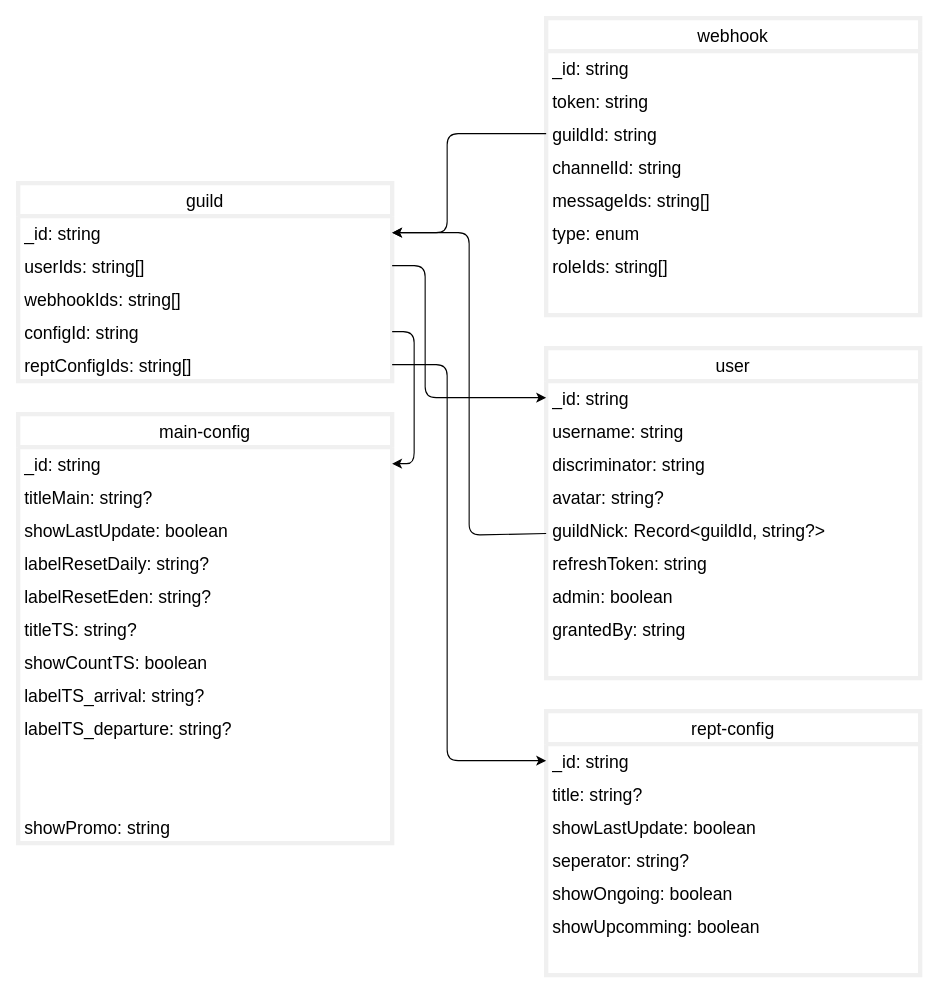
The draw.io diagram plans/database.drawio in PlutoyDev/sky-time, before the edit. Source tidied: cells renumbered, new cells numbered last; positions are measured from the earlier drawing's top-left corner, leaving out a move shared by most shapes. Both pictures are drawn from the tidied source at 110%, with x=0, y=0 at pixel (18, 18).
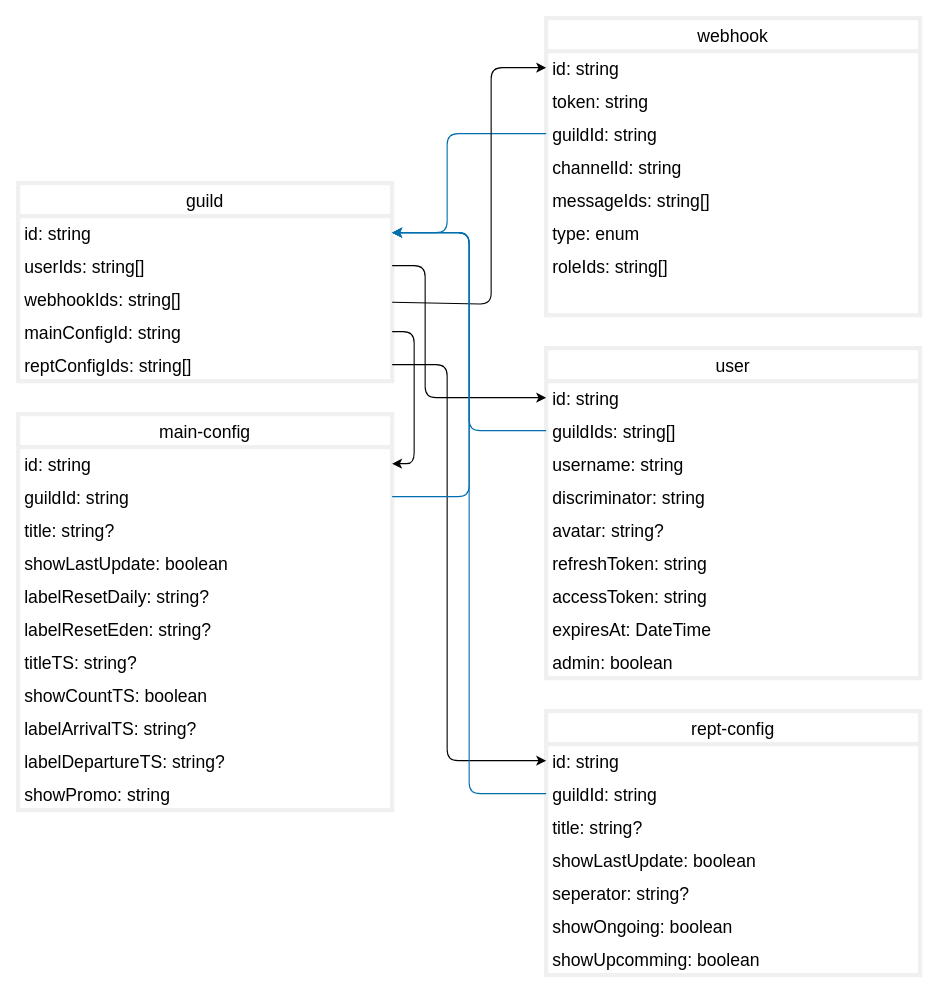
The same diagram, later.

Commit message (it also covers changes not shown here):
Create Schema based on plans

Unchanged cells that the change refers to:
```xml
<mxCell id="2" value="guild" style="swimlane;fontStyle=0;horizontal=1;startSize=30;strokeColor=#F0F0F0;strokeWidth=4;fillColor=none;fontSize=16;" parent="1" vertex="1">
  <mxGeometry y="150" width="340" height="180" as="geometry" />
</mxCell>
<mxCell id="5" value="webhookIds: string[]" style="text;strokeColor=none;fillColor=none;align=left;verticalAlign=middle;spacingLeft=4;spacingRight=4;overflow=hidden;points=[[0,0.5],[1,0.5]];portConstraint=eastwest;fontSize=16;" parent="2" vertex="1">
  <mxGeometry y="90" width="340" height="30" as="geometry" />
</mxCell>
<mxCell id="8" value="user" style="swimlane;fontStyle=0;horizontal=1;startSize=30;fontSize=16;strokeColor=#F0F0F0;strokeWidth=4;fillColor=none;" parent="1" vertex="1">
  <mxGeometry x="480" y="300" width="340" height="300" as="geometry" />
</mxCell>
<mxCell id="20" value="webhook" style="swimlane;fontStyle=0;horizontal=1;startSize=30;fontSize=16;strokeColor=#F0F0F0;strokeWidth=4;fillColor=none;" parent="1" vertex="1">
  <mxGeometry x="480" width="340" height="270" as="geometry" />
</mxCell>
<mxCell id="23" value="guildId: string" style="text;strokeColor=none;fillColor=none;align=left;verticalAlign=middle;spacingLeft=4;spacingRight=4;overflow=hidden;points=[[0,0.5],[1,0.5]];portConstraint=eastwest;fontSize=16;" parent="20" vertex="1">
  <mxGeometry y="90" width="340" height="30" as="geometry" />
</mxCell>
<mxCell id="44" value="rept-config" style="swimlane;fontStyle=0;horizontal=1;startSize=30;strokeColor=#F0F0F0;strokeWidth=4;fillColor=none;fontSize=16;" parent="1" vertex="1">
  <mxGeometry x="480" y="630" width="340" height="240" as="geometry" />
</mxCell>
```

Diff of the diagram source:
```diff
@@
-    <mxCell id="3" value="_id: string" style="text;strokeColor=none;fillColor=none;align=left;verticalAlign=middle;spacingLeft=4;spacingRight=4;overflow=hidden;points=[[0,0.5],[1,0.5]];portConstraint=eastwest;fontSize=16;" parent="2" vertex="1">
+    <mxCell id="3" value="id: string" style="text;strokeColor=none;fillColor=none;align=left;verticalAlign=middle;spacingLeft=4;spacingRight=4;overflow=hidden;points=[[0,0.5],[1,0.5]];portConstraint=eastwest;fontSize=16;" parent="2" vertex="1">
       <mxGeometry y="30" width="340" height="30" as="geometry" />
     </mxCell>
@@
-    <mxCell id="6" value="configId: string" style="text;strokeColor=none;fillColor=none;align=left;verticalAlign=middle;spacingLeft=4;spacingRight=4;overflow=hidden;points=[[0,0.5],[1,0.5]];portConstraint=eastwest;fontSize=16;" parent="2" vertex="1">
+    <mxCell id="6" value="mainConfigId: string" style="text;strokeColor=none;fillColor=none;align=left;verticalAlign=middle;spacingLeft=4;spacingRight=4;overflow=hidden;points=[[0,0.5],[1,0.5]];portConstraint=eastwest;fontSize=16;" parent="2" vertex="1">
       <mxGeometry y="120" width="340" height="30" as="geometry" />
     </mxCell>
@@
-    <mxCell id="9" value="_id: string" style="text;strokeColor=none;fillColor=none;align=left;verticalAlign=middle;spacingLeft=4;spacingRight=4;overflow=hidden;points=[[0,0.5],[1,0.5]];portConstraint=eastwest;fontSize=16;" parent="8" vertex="1">
+    <mxCell id="9" value="id: string" style="text;strokeColor=none;fillColor=none;align=left;verticalAlign=middle;spacingLeft=4;spacingRight=4;overflow=hidden;points=[[0,0.5],[1,0.5]];portConstraint=eastwest;fontSize=16;" parent="8" vertex="1">
       <mxGeometry y="30" width="340" height="30" as="geometry" />
     </mxCell>
+    <mxCell id="53" value="guildIds: string[]" style="text;strokeColor=none;fillColor=none;align=left;verticalAlign=middle;spacingLeft=4;spacingRight=4;overflow=hidden;points=[[0,0.5],[1,0.5]];portConstraint=eastwest;fontSize=16;" parent="8" vertex="1">
+      <mxGeometry y="60" width="340" height="30" as="geometry" />
+    </mxCell>
     <mxCell id="10" value="username: string" style="text;strokeColor=none;fillColor=none;align=left;verticalAlign=middle;spacingLeft=4;spacingRight=4;overflow=hidden;fontSize=16;" parent="8" vertex="1">
-      <mxGeometry y="60" width="340" height="30" as="geometry" />
+      <mxGeometry y="90" width="340" height="30" as="geometry" />
     </mxCell>
     <mxCell id="11" value="discriminator: string" style="text;strokeColor=none;fillColor=none;align=left;verticalAlign=middle;spacingLeft=4;spacingRight=4;overflow=hidden;fontSize=16;" parent="8" vertex="1">
-      <mxGeometry y="90" width="340" height="30" as="geometry" />
+      <mxGeometry y="120" width="340" height="30" as="geometry" />
     </mxCell>
     <mxCell id="12" value="avatar: string?" style="text;strokeColor=none;fillColor=none;align=left;verticalAlign=middle;spacingLeft=4;spacingRight=4;overflow=hidden;fontSize=16;" parent="8" vertex="1">
-      <mxGeometry y="120" width="340" height="30" as="geometry" />
+      <mxGeometry y="150" width="340" height="30" as="geometry" />
     </mxCell>
-    <mxCell id="13" value="guildNick: Record&lt;guildId, string?&gt;" style="text;strokeColor=none;fillColor=none;align=left;verticalAlign=middle;spacingLeft=4;spacingRight=4;overflow=hidden;points=[[0,0.5],[1,0.5]];portConstraint=eastwest;fontSize=16;" parent="8" vertex="1">
-      <mxGeometry y="150" width="340" height="30" as="geometry" />
-    </mxCell>
@@
+    <mxCell id="54" value="accessToken: string" style="text;strokeColor=none;fillColor=none;align=left;verticalAlign=middle;spacingLeft=4;spacingRight=4;overflow=hidden;fontSize=16;" parent="8" vertex="1">
+      <mxGeometry y="210" width="340" height="30" as="geometry" />
+    </mxCell>
+    <mxCell id="17" value="expiresAt: DateTime" style="text;strokeColor=none;fillColor=none;align=left;verticalAlign=middle;spacingLeft=4;spacingRight=4;overflow=hidden;fontSize=16;" parent="8" vertex="1">
+      <mxGeometry y="240" width="340" height="30" as="geometry" />
+    </mxCell>
     <mxCell id="15" value="admin: boolean" style="text;strokeColor=none;fillColor=none;align=left;verticalAlign=middle;spacingLeft=4;spacingRight=4;overflow=hidden;fontSize=16;" parent="8" vertex="1">
-      <mxGeometry y="210" width="340" height="30" as="geometry" />
+      <mxGeometry y="270" width="340" height="30" as="geometry" />
     </mxCell>
-    <mxCell id="16" value="grantedBy: string" style="text;strokeColor=none;fillColor=none;align=left;verticalAlign=middle;spacingLeft=4;spacingRight=4;overflow=hidden;fontSize=16;" parent="8" vertex="1">
-      <mxGeometry y="240" width="340" height="30" as="geometry" />
-    </mxCell>
-    <mxCell id="17" style="text;strokeColor=none;fillColor=none;align=left;verticalAlign=middle;spacingLeft=4;spacingRight=4;overflow=hidden;fontSize=16;" parent="8" vertex="1">
-      <mxGeometry y="270" width="340" height="30" as="geometry" />
-    </mxCell>
@@
-    <mxCell id="19" style="edgeStyle=none;html=1;fontSize=16;" parent="1" edge="1" source="13" target="3">
-      <mxGeometry relative="1" as="geometry">
-        <Array as="points">
-          <mxPoint x="410" y="470" />
-          <mxPoint x="410" y="195" />
-        </Array>
-      </mxGeometry>
-    </mxCell>
@@
-    <mxCell id="21" value="_id: string" style="text;strokeColor=none;fillColor=none;align=left;verticalAlign=middle;spacingLeft=4;spacingRight=4;overflow=hidden;points=[[0,0.5],[1,0.5]];portConstraint=eastwest;fontSize=16;" parent="20" vertex="1">
+    <mxCell id="21" value="id: string" style="text;strokeColor=none;fillColor=none;align=left;verticalAlign=middle;spacingLeft=4;spacingRight=4;overflow=hidden;points=[[0,0.5],[1,0.5]];portConstraint=eastwest;fontSize=16;" parent="20" vertex="1">
       <mxGeometry y="30" width="340" height="30" as="geometry" />
     </mxCell>
@@
-    <mxCell id="29" style="endArrow=classic;html=1;fontSize=16;" parent="1" edge="1" source="23" target="3">
+    <mxCell id="29" style="endArrow=classic;html=1;fontSize=16;fillColor=#1ba1e2;strokeColor=#006EAF;" parent="1" edge="1" source="23" target="3">
       <mxGeometry relative="1" as="geometry">
         <Array as="points">
           <mxPoint x="390" y="105" />
           <mxPoint x="390" y="195" />
         </Array>
       </mxGeometry>
     </mxCell>
     <mxCell id="30" value="main-config" style="swimlane;fontStyle=0;horizontal=1;startSize=30;strokeColor=#F0F0F0;strokeWidth=4;fillColor=none;fontSize=16;" parent="1" vertex="1">
-      <mxGeometry y="360" width="340" height="390" as="geometry" />
+      <mxGeometry y="360" width="340" height="360" as="geometry" />
     </mxCell>
-    <mxCell id="31" value="_id: string" style="text;strokeColor=none;fillColor=none;align=left;verticalAlign=middle;spacingLeft=4;spacingRight=4;overflow=hidden;points=[[0,0.5],[1,0.5]];portConstraint=eastwest;fontSize=16;" parent="30" vertex="1">
+    <mxCell id="31" value="id: string" style="text;strokeColor=none;fillColor=none;align=left;verticalAlign=middle;spacingLeft=4;spacingRight=4;overflow=hidden;points=[[0,0.5],[1,0.5]];portConstraint=eastwest;fontSize=16;" parent="30" vertex="1">
       <mxGeometry y="30" width="340" height="30" as="geometry" />
     </mxCell>
+    <mxCell id="40" value="guildId: string" style="text;strokeColor=none;fillColor=none;align=left;verticalAlign=middle;spacingLeft=4;spacingRight=4;overflow=hidden;points=[[0,0.5],[1,0.5]];portConstraint=eastwest;fontSize=16;" parent="30" vertex="1">
+      <mxGeometry y="60" width="340" height="30" as="geometry" />
+    </mxCell>
-    <mxCell id="32" value="titleMain: string?" style="text;strokeColor=none;fillColor=none;align=left;verticalAlign=middle;spacingLeft=4;spacingRight=4;overflow=hidden;fontSize=16;" parent="30" vertex="1">
-      <mxGeometry y="60" width="340" height="30" as="geometry" />
+    <mxCell id="32" value="title: string?" style="text;strokeColor=none;fillColor=none;align=left;verticalAlign=middle;spacingLeft=4;spacingRight=4;overflow=hidden;fontSize=16;" parent="30" vertex="1">
+      <mxGeometry y="90" width="340" height="30" as="geometry" />
     </mxCell>
     <mxCell id="33" value="showLastUpdate: boolean" style="text;strokeColor=none;fillColor=none;align=left;verticalAlign=middle;spacingLeft=4;spacingRight=4;overflow=hidden;fontSize=16;" parent="30" vertex="1">
-      <mxGeometry y="90" width="340" height="30" as="geometry" />
+      <mxGeometry y="120" width="340" height="30" as="geometry" />
     </mxCell>
     <mxCell id="34" value="labelResetDaily: string?" style="text;strokeColor=none;fillColor=none;align=left;verticalAlign=middle;spacingLeft=4;spacingRight=4;overflow=hidden;fontSize=16;" parent="30" vertex="1">
-      <mxGeometry y="120" width="340" height="30" as="geometry" />
+      <mxGeometry y="150" width="340" height="30" as="geometry" />
     </mxCell>
     <mxCell id="35" value="labelResetEden: string?" style="text;strokeColor=none;fillColor=none;align=left;verticalAlign=middle;spacingLeft=4;spacingRight=4;overflow=hidden;fontSize=16;" parent="30" vertex="1">
-      <mxGeometry y="150" width="340" height="30" as="geometry" />
+      <mxGeometry y="180" width="340" height="30" as="geometry" />
     </mxCell>
     <mxCell id="36" value="titleTS: string?" style="text;strokeColor=none;fillColor=none;align=left;verticalAlign=middle;spacingLeft=4;spacingRight=4;overflow=hidden;fontSize=16;" parent="30" vertex="1">
-      <mxGeometry y="180" width="340" height="30" as="geometry" />
+      <mxGeometry y="210" width="340" height="30" as="geometry" />
     </mxCell>
     <mxCell id="37" value="showCountTS: boolean" style="text;strokeColor=none;fillColor=none;align=left;verticalAlign=middle;spacingLeft=4;spacingRight=4;overflow=hidden;fontSize=16;" parent="30" vertex="1">
-      <mxGeometry y="210" width="340" height="30" as="geometry" />
+      <mxGeometry y="240" width="340" height="30" as="geometry" />
     </mxCell>
-    <mxCell id="38" value="labelTS_arrival: string?" style="text;strokeColor=none;fillColor=none;align=left;verticalAlign=middle;spacingLeft=4;spacingRight=4;overflow=hidden;fontSize=16;" parent="30" vertex="1">
-      <mxGeometry y="240" width="340" height="30" as="geometry" />
+    <mxCell id="38" value="labelArrivalTS: string?" style="text;strokeColor=none;fillColor=none;align=left;verticalAlign=middle;spacingLeft=4;spacingRight=4;overflow=hidden;fontSize=16;" parent="30" vertex="1">
+      <mxGeometry y="270" width="340" height="30" as="geometry" />
     </mxCell>
-    <mxCell id="39" value="labelTS_departure: string?" style="text;strokeColor=none;fillColor=none;align=left;verticalAlign=middle;spacingLeft=4;spacingRight=4;overflow=hidden;fontSize=16;" parent="30" vertex="1">
-      <mxGeometry y="270" width="340" height="30" as="geometry" />
+    <mxCell id="39" value="labelDepartureTS: string?" style="text;strokeColor=none;fillColor=none;align=left;verticalAlign=middle;spacingLeft=4;spacingRight=4;overflow=hidden;fontSize=16;" parent="30" vertex="1">
+      <mxGeometry y="300" width="340" height="30" as="geometry" />
     </mxCell>
-    <mxCell id="40" style="text;strokeColor=none;fillColor=none;align=left;verticalAlign=middle;spacingLeft=4;spacingRight=4;overflow=hidden;points=[[0,0.5],[1,0.5]];portConstraint=eastwest;fontSize=16;" parent="30" vertex="1">
-      <mxGeometry y="300" width="340" height="30" as="geometry" />
-    </mxCell>
-    <mxCell id="41" style="text;strokeColor=none;fillColor=none;align=left;verticalAlign=middle;spacingLeft=4;spacingRight=4;overflow=hidden;fontSize=16;" parent="30" vertex="1">
-      <mxGeometry y="330" width="340" height="30" as="geometry" />
-    </mxCell>
     <mxCell id="42" value="showPromo: string" style="text;strokeColor=none;fillColor=none;align=left;verticalAlign=middle;spacingLeft=4;spacingRight=4;overflow=hidden;fontSize=16;" parent="30" vertex="1">
-      <mxGeometry y="360" width="340" height="30" as="geometry" />
+      <mxGeometry y="330" width="340" height="30" as="geometry" />
     </mxCell>
@@
-    <mxCell id="45" value="_id: string" style="text;strokeColor=none;fillColor=none;align=left;verticalAlign=middle;spacingLeft=4;spacingRight=4;overflow=hidden;points=[[0,0.5],[1,0.5]];portConstraint=eastwest;fontSize=16;" parent="44" vertex="1">
+    <mxCell id="45" value="id: string" style="text;strokeColor=none;fillColor=none;align=left;verticalAlign=middle;spacingLeft=4;spacingRight=4;overflow=hidden;points=[[0,0.5],[1,0.5]];portConstraint=eastwest;fontSize=16;" parent="44" vertex="1">
       <mxGeometry y="30" width="340" height="30" as="geometry" />
     </mxCell>
+    <mxCell id="51" value="guildId: string" style="text;strokeColor=none;fillColor=none;align=left;verticalAlign=middle;spacingLeft=4;spacingRight=4;overflow=hidden;points=[[0,0.5],[1,0.5]];portConstraint=eastwest;fontSize=16;" parent="44" vertex="1">
+      <mxGeometry y="60" width="340" height="30" as="geometry" />
+    </mxCell>
     <mxCell id="46" value="title: string?" style="text;strokeColor=none;fillColor=none;align=left;verticalAlign=middle;spacingLeft=4;spacingRight=4;overflow=hidden;fontSize=16;" parent="44" vertex="1">
-      <mxGeometry y="60" width="340" height="30" as="geometry" />
+      <mxGeometry y="90" width="340" height="30" as="geometry" />
     </mxCell>
     <mxCell id="47" value="showLastUpdate: boolean" style="text;strokeColor=none;fillColor=none;align=left;verticalAlign=middle;spacingLeft=4;spacingRight=4;overflow=hidden;fontSize=16;" parent="44" vertex="1">
-      <mxGeometry y="90" width="340" height="30" as="geometry" />
+      <mxGeometry y="120" width="340" height="30" as="geometry" />
     </mxCell>
     <mxCell id="48" value="seperator: string?" style="text;strokeColor=none;fillColor=none;align=left;verticalAlign=middle;spacingLeft=4;spacingRight=4;overflow=hidden;fontSize=16;" parent="44" vertex="1">
-      <mxGeometry y="120" width="340" height="30" as="geometry" />
+      <mxGeometry y="150" width="340" height="30" as="geometry" />
     </mxCell>
     <mxCell id="49" value="showOngoing: boolean" style="text;strokeColor=none;fillColor=none;align=left;verticalAlign=middle;spacingLeft=4;spacingRight=4;overflow=hidden;fontSize=16;" parent="44" vertex="1">
-      <mxGeometry y="150" width="340" height="30" as="geometry" />
+      <mxGeometry y="180" width="340" height="30" as="geometry" />
     </mxCell>
     <mxCell id="50" value="showUpcomming: boolean" style="text;strokeColor=none;fillColor=none;align=left;verticalAlign=middle;spacingLeft=4;spacingRight=4;overflow=hidden;fontSize=16;" parent="44" vertex="1">
-      <mxGeometry y="180" width="340" height="30" as="geometry" />
+      <mxGeometry y="210" width="340" height="30" as="geometry" />
     </mxCell>
-    <mxCell id="51" style="text;strokeColor=none;fillColor=none;align=left;verticalAlign=middle;spacingLeft=4;spacingRight=4;overflow=hidden;points=[[0,0.5],[1,0.5]];portConstraint=eastwest;fontSize=16;" parent="44" vertex="1">
-      <mxGeometry y="210" width="340" height="30" as="geometry" />
-    </mxCell>
@@
+    <mxCell id="55" style="edgeStyle=none;html=1;fillColor=#1ba1e2;strokeColor=#006EAF;" parent="1" edge="1" source="53" target="3">
+      <mxGeometry relative="1" as="geometry">
+        <Array as="points">
+          <mxPoint x="410" y="375" />
+          <mxPoint x="410" y="195" />
+        </Array>
+      </mxGeometry>
+    </mxCell>
+    <mxCell id="56" style="edgeStyle=none;html=1;" parent="1" edge="1" source="5" target="21">
+      <mxGeometry relative="1" as="geometry">
+        <Array as="points">
+          <mxPoint x="430" y="260" />
+          <mxPoint x="430" y="45" />
+        </Array>
+      </mxGeometry>
+    </mxCell>
+    <mxCell id="57" style="edgeStyle=none;html=1;fillColor=#1ba1e2;strokeColor=#006EAF;" parent="1" edge="1" source="40" target="3">
+      <mxGeometry relative="1" as="geometry">
+        <Array as="points">
+          <mxPoint x="410" y="435" />
+          <mxPoint x="410" y="195" />
+        </Array>
+      </mxGeometry>
+    </mxCell>
+    <mxCell id="58" style="edgeStyle=none;html=1;exitX=0;exitY=0.5;exitDx=0;exitDy=0;entryX=1;entryY=0.5;entryDx=0;entryDy=0;fillColor=#1ba1e2;strokeColor=#006EAF;" parent="1" edge="1" source="51" target="3">
+      <mxGeometry relative="1" as="geometry">
+        <Array as="points">
+          <mxPoint x="410" y="705" />
+          <mxPoint x="410" y="195" />
+        </Array>
+      </mxGeometry>
+    </mxCell>
```
